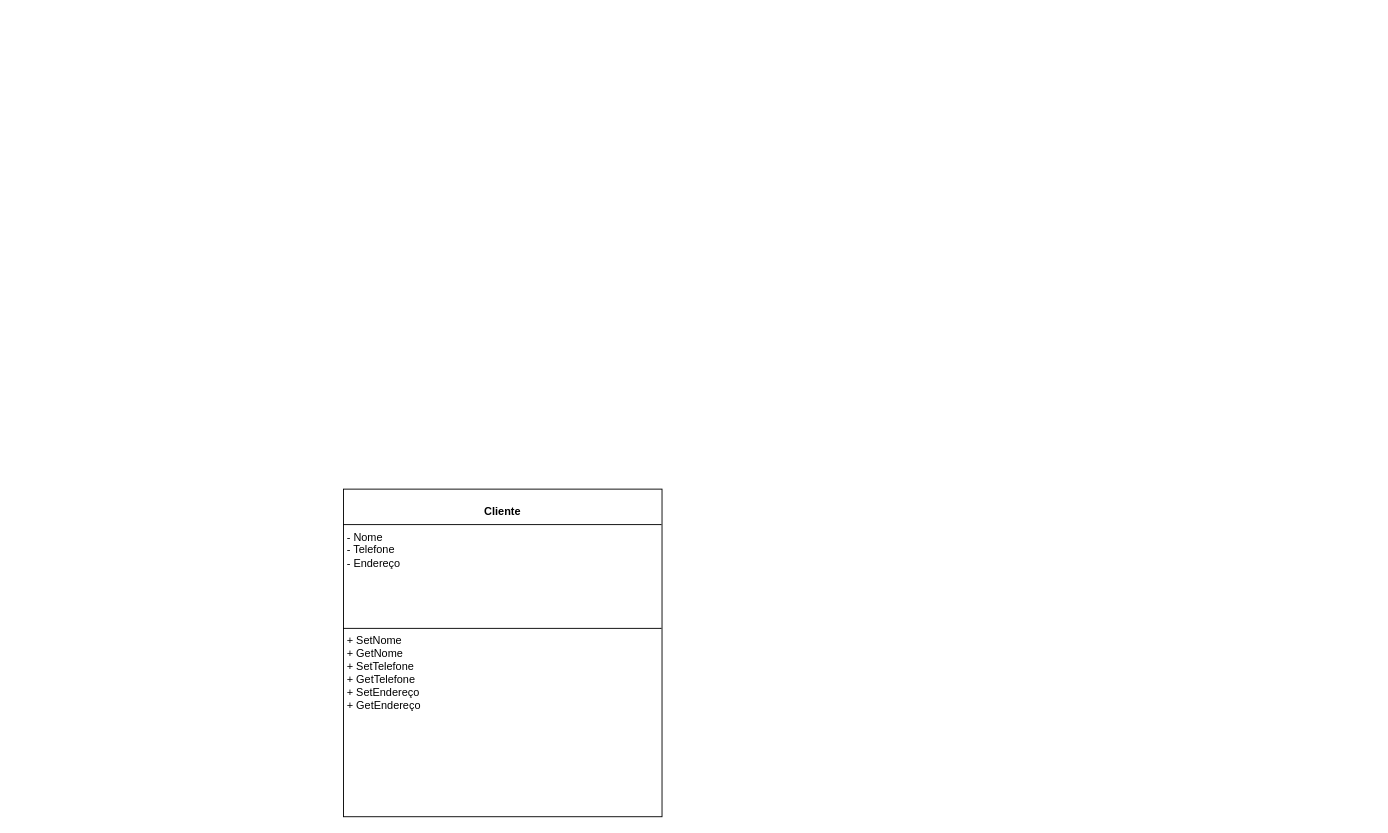
Before: page "Página-1" (1 of 2) of DOC/classes.drawio in rafaelareisilva/avatar.app, a draw.io diagram. Source tidied: cells renumbered, new cells numbered last; positions are measured from the earlier drawing's top-left corner, leaving out a move shared by most shapes. Both pictures are drawn from the tidied source at 91%, with x=0, y=0 at pixel (343, 489).
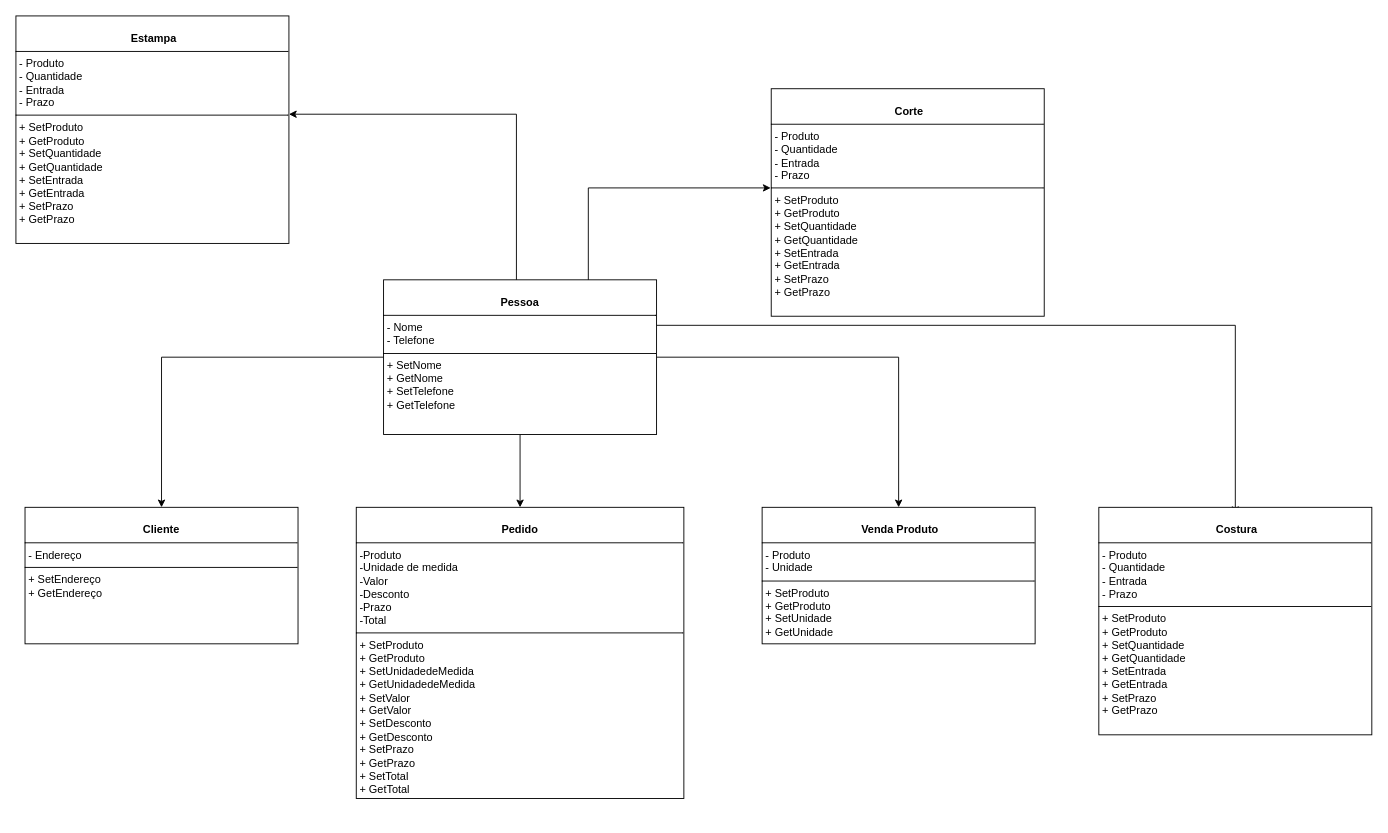
Above is the later version.

Diff of the diagram source:
```diff
@@
-<mxGraphModel>
+<mxGraphModel background="#FFFFFF">
   <root>
     <mxCell id="0" />
     <mxCell id="1" parent="0" />
+    <mxCell id="4" style="edgeStyle=orthogonalEdgeStyle;rounded=0;jettySize=auto;html=1;entryX=0.5;entryY=0;entryDx=0;entryDy=0;" parent="1" edge="1" source="2" target="8">
+      <mxGeometry relative="1" as="geometry" />
+    </mxCell>
+    <mxCell id="5" style="edgeStyle=orthogonalEdgeStyle;rounded=0;jettySize=auto;html=1;" parent="1" edge="1" source="2" target="9">
+      <mxGeometry relative="1" as="geometry" />
+    </mxCell>
+    <mxCell id="6" style="edgeStyle=orthogonalEdgeStyle;rounded=0;jettySize=auto;html=1;entryX=0.5;entryY=0;entryDx=0;entryDy=0;" parent="1" edge="1" source="2" target="10">
+      <mxGeometry relative="1" as="geometry" />
+    </mxCell>
+    <mxCell id="7" style="edgeStyle=orthogonalEdgeStyle;rounded=0;orthogonalLoop=1;jettySize=auto;html=1;exitX=1;exitY=0.25;exitDx=0;exitDy=0;entryX=0.5;entryY=0;entryDx=0;entryDy=0;" parent="1" edge="1">
+      <mxGeometry relative="1" as="geometry">
+        <mxPoint x="344" y="-180" as="sourcePoint" />
+        <mxPoint x="980" y="27.5" as="targetPoint" />
+        <Array as="points">
+          <mxPoint x="980" y="-180.5" />
+        </Array>
+      </mxGeometry>
+    </mxCell>
-    <mxCell id="2" value="&lt;p style=&quot;margin:0px;margin-top:4px;text-align:center;&quot;&gt;&lt;br&gt;&lt;b&gt;Cliente&lt;/b&gt;&lt;/p&gt;&lt;hr size=&quot;1&quot; style=&quot;border-style:solid;&quot;&gt;&lt;p style=&quot;margin:0px;margin-left:4px;&quot;&gt;- Nome&lt;/p&gt;&lt;p style=&quot;margin:0px;margin-left:4px;&quot;&gt;- Telefone&lt;/p&gt;&lt;p style=&quot;margin:0px;margin-left:4px;&quot;&gt;- Endereço&lt;/p&gt;&lt;p style=&quot;margin:0px;margin-left:4px;&quot;&gt;&lt;br&gt;&lt;/p&gt;&lt;p style=&quot;margin:0px;margin-left:4px;&quot;&gt;&lt;br&gt;&lt;/p&gt;&lt;p style=&quot;margin:0px;margin-left:4px;&quot;&gt;&lt;br&gt;&lt;/p&gt;&lt;p style=&quot;margin:0px;margin-left:4px;&quot;&gt;&lt;br&gt;&lt;/p&gt;&lt;hr size=&quot;1&quot; style=&quot;border-style:solid;&quot;&gt;&lt;p style=&quot;margin:0px;margin-left:4px;&quot;&gt;+ SetNome&lt;br&gt;+ GetNome&lt;/p&gt;&lt;p style=&quot;margin:0px;margin-left:4px;&quot;&gt;+ SetTelefone&lt;/p&gt;&lt;p style=&quot;margin:0px;margin-left:4px;&quot;&gt;+ GetTelefone&lt;/p&gt;&lt;p style=&quot;margin:0px;margin-left:4px;&quot;&gt;+ SetEndereço&lt;/p&gt;&lt;p style=&quot;margin:0px;margin-left:4px;&quot;&gt;+ GetEndereço&lt;/p&gt;&lt;p style=&quot;margin:0px;margin-left:4px;&quot;&gt;&lt;br&gt;&lt;/p&gt;&lt;p style=&quot;margin:0px;margin-left:4px;&quot;&gt;&lt;br&gt;&lt;/p&gt;&lt;p style=&quot;margin:0px;margin-left:4px;&quot;&gt;&lt;br&gt;&lt;/p&gt;&lt;p style=&quot;margin:0px;margin-left:4px;&quot;&gt;&lt;br&gt;&lt;/p&gt;&lt;p style=&quot;margin:0px;margin-left:4px;&quot;&gt;&lt;br&gt;&lt;/p&gt;&lt;p style=&quot;margin:0px;margin-left:4px;&quot;&gt;&lt;br&gt;&lt;/p&gt;&lt;p style=&quot;margin:0px;margin-left:4px;&quot;&gt;&lt;br&gt;&lt;/p&gt;&lt;p style=&quot;margin:0px;margin-left:4px;&quot;&gt;&lt;br&gt;&lt;/p&gt;" style="verticalAlign=top;align=left;overflow=fill;html=1;whiteSpace=wrap;" parent="1" vertex="1">
-      <mxGeometry width="350" height="360" as="geometry" />
+    <mxCell id="2" value="&lt;p style=&quot;margin:0px;margin-top:4px;text-align:center;&quot;&gt;&lt;br&gt;&lt;b&gt;Pessoa&lt;/b&gt;&lt;/p&gt;&lt;hr size=&quot;1&quot; style=&quot;border-style:solid;&quot;&gt;&lt;p style=&quot;margin:0px;margin-left:4px;&quot;&gt;- Nome&lt;/p&gt;&lt;p style=&quot;margin:0px;margin-left:4px;&quot;&gt;- Telefone&lt;/p&gt;&lt;hr size=&quot;1&quot; style=&quot;border-style:solid;&quot;&gt;&lt;p style=&quot;margin:0px;margin-left:4px;&quot;&gt;+ SetNome&lt;br&gt;+ GetNome&lt;/p&gt;&lt;p style=&quot;margin:0px;margin-left:4px;&quot;&gt;+ SetTelefone&lt;/p&gt;&lt;p style=&quot;margin:0px;margin-left:4px;&quot;&gt;+ GetTelefone&lt;/p&gt;&lt;p style=&quot;margin:0px;margin-left:4px;&quot;&gt;&lt;br&gt;&lt;/p&gt;&lt;p style=&quot;margin:0px;margin-left:4px;&quot;&gt;&lt;br&gt;&lt;/p&gt;&lt;p style=&quot;margin:0px;margin-left:4px;&quot;&gt;&lt;br&gt;&lt;/p&gt;&lt;p style=&quot;margin:0px;margin-left:4px;&quot;&gt;&lt;br&gt;&lt;/p&gt;&lt;p style=&quot;margin:0px;margin-left:4px;&quot;&gt;&lt;br&gt;&lt;/p&gt;&lt;p style=&quot;margin:0px;margin-left:4px;&quot;&gt;&lt;br&gt;&lt;/p&gt;&lt;p style=&quot;margin:0px;margin-left:4px;&quot;&gt;&lt;br&gt;&lt;/p&gt;&lt;p style=&quot;margin:0px;margin-left:4px;&quot;&gt;&lt;br&gt;&lt;/p&gt;" style="verticalAlign=top;align=left;overflow=fill;html=1;whiteSpace=wrap;" parent="1" vertex="1">
+      <mxGeometry x="44" y="-230" width="300" height="170" as="geometry" />
     </mxCell>
     <mxCell id="3" style="ellipse;whiteSpace=wrap;html=1;align=center;fillColor=none;strokeColor=none;perimeter=centerPerimeter;" parent="1" vertex="1">
-      <mxGeometry x="415" y="170" width="10" height="10" as="geometry" />
+      <mxGeometry x="269" y="280" width="10" height="10" as="geometry" />
     </mxCell>
+    <mxCell id="8" value="&lt;p style=&quot;margin:0px;margin-top:4px;text-align:center;&quot;&gt;&lt;br&gt;&lt;b&gt;Cliente&lt;/b&gt;&lt;/p&gt;&lt;hr size=&quot;1&quot; style=&quot;border-style:solid;&quot;&gt;&lt;p style=&quot;margin:0px;margin-left:4px;&quot;&gt;- Endereço&lt;/p&gt;&lt;hr size=&quot;1&quot; style=&quot;border-style:solid;&quot;&gt;&lt;p style=&quot;margin:0px;margin-left:4px;&quot;&gt;+ SetEndereço&lt;br&gt;+ GetEndereço&lt;/p&gt;&lt;p style=&quot;margin:0px;margin-left:4px;&quot;&gt;&lt;br&gt;&lt;/p&gt;&lt;p style=&quot;margin:0px;margin-left:4px;&quot;&gt;&lt;br&gt;&lt;/p&gt;&lt;p style=&quot;margin:0px;margin-left:4px;&quot;&gt;&lt;br&gt;&lt;/p&gt;&lt;p style=&quot;margin:0px;margin-left:4px;&quot;&gt;&lt;br&gt;&lt;/p&gt;&lt;p style=&quot;margin:0px;margin-left:4px;&quot;&gt;&lt;br&gt;&lt;/p&gt;&lt;p style=&quot;margin:0px;margin-left:4px;&quot;&gt;&lt;br&gt;&lt;/p&gt;&lt;p style=&quot;margin:0px;margin-left:4px;&quot;&gt;&lt;br&gt;&lt;/p&gt;&lt;p style=&quot;margin:0px;margin-left:4px;&quot;&gt;&lt;br&gt;&lt;/p&gt;" style="verticalAlign=top;align=left;overflow=fill;html=1;whiteSpace=wrap;" parent="1" vertex="1">
+      <mxGeometry x="-350" y="20" width="300" height="150" as="geometry" />
+    </mxCell>
+    <mxCell id="9" value="&lt;p style=&quot;margin:0px;margin-top:4px;text-align:center;&quot;&gt;&lt;br&gt;&lt;b&gt;Pedido&lt;/b&gt;&lt;/p&gt;&lt;hr size=&quot;1&quot; style=&quot;border-style:solid;&quot;&gt;&lt;p style=&quot;margin:0px;margin-left:4px;&quot;&gt;&lt;span style=&quot;background-color: initial;&quot;&gt;-Produto&lt;/span&gt;&lt;br&gt;&lt;/p&gt;&lt;p style=&quot;margin:0px;margin-left:4px;&quot;&gt;-Unidade de medida&lt;/p&gt;&lt;p style=&quot;margin:0px;margin-left:4px;&quot;&gt;-Valor&lt;/p&gt;&lt;p style=&quot;margin:0px;margin-left:4px;&quot;&gt;-Desconto&lt;/p&gt;&lt;p style=&quot;margin:0px;margin-left:4px;&quot;&gt;-Prazo&lt;/p&gt;&lt;p style=&quot;margin:0px;margin-left:4px;&quot;&gt;-Total&lt;/p&gt;&lt;hr size=&quot;1&quot; style=&quot;border-style:solid;&quot;&gt;&lt;p style=&quot;margin:0px;margin-left:4px;&quot;&gt;&lt;font style=&quot;background-color: initial; vertical-align: inherit;&quot;&gt;+&amp;nbsp;&lt;/font&gt;&lt;span style=&quot;background-color: initial;&quot;&gt;SetProduto&lt;/span&gt;&lt;br&gt;&lt;/p&gt;&lt;p style=&quot;margin:0px;margin-left:4px;&quot;&gt;&lt;span style=&quot;background-color: initial;&quot;&gt;+ GetProduto&lt;/span&gt;&lt;/p&gt;&lt;p style=&quot;margin:0px;margin-left:4px;&quot;&gt;+ SetUnidadedeMedida&lt;/p&gt;&lt;p style=&quot;margin:0px;margin-left:4px;&quot;&gt;+ G&lt;span style=&quot;background-color: initial;&quot;&gt;etUnidadedeMedida&lt;/span&gt;&lt;/p&gt;&lt;p style=&quot;margin:0px;margin-left:4px;&quot;&gt;&lt;span style=&quot;background-color: initial;&quot;&gt;+ SetValor&lt;/span&gt;&lt;/p&gt;&lt;p style=&quot;margin:0px;margin-left:4px;&quot;&gt;&lt;span style=&quot;background-color: initial;&quot;&gt;+ GetValor&lt;/span&gt;&lt;/p&gt;&lt;p style=&quot;margin:0px;margin-left:4px;&quot;&gt;&lt;span style=&quot;background-color: initial;&quot;&gt;+ SetDesconto&lt;/span&gt;&lt;/p&gt;&lt;p style=&quot;margin:0px;margin-left:4px;&quot;&gt;&lt;span style=&quot;background-color: initial;&quot;&gt;+ GetDesconto&lt;/span&gt;&lt;/p&gt;&lt;p style=&quot;margin:0px;margin-left:4px;&quot;&gt;&lt;span style=&quot;background-color: initial;&quot;&gt;+ SetPrazo&lt;/span&gt;&lt;/p&gt;&lt;p style=&quot;margin:0px;margin-left:4px;&quot;&gt;&lt;span style=&quot;background-color: initial;&quot;&gt;+ GetPrazo&lt;/span&gt;&lt;/p&gt;&lt;p style=&quot;margin:0px;margin-left:4px;&quot;&gt;&lt;span style=&quot;background-color: initial;&quot;&gt;+ SetTotal&lt;/span&gt;&lt;/p&gt;&lt;p style=&quot;margin:0px;margin-left:4px;&quot;&gt;&lt;span style=&quot;background-color: initial;&quot;&gt;+ GetTotal&lt;/span&gt;&lt;/p&gt;&lt;p style=&quot;margin:0px;margin-left:4px;&quot;&gt;&lt;span style=&quot;background-color: initial;&quot;&gt;&lt;br&gt;&lt;/span&gt;&lt;/p&gt;&lt;p style=&quot;margin:0px;margin-left:4px;&quot;&gt;&lt;br&gt;&lt;/p&gt;&lt;p style=&quot;margin:0px;margin-left:4px;&quot;&gt;&lt;br&gt;&lt;/p&gt;&lt;p style=&quot;margin:0px;margin-left:4px;&quot;&gt;&lt;br&gt;&lt;/p&gt;&lt;p style=&quot;margin:0px;margin-left:4px;&quot;&gt;&lt;br&gt;&lt;/p&gt;&lt;p style=&quot;margin:0px;margin-left:4px;&quot;&gt;&lt;br&gt;&lt;/p&gt;&lt;p style=&quot;margin:0px;margin-left:4px;&quot;&gt;&lt;br&gt;&lt;/p&gt;&lt;p style=&quot;margin:0px;margin-left:4px;&quot;&gt;&lt;br&gt;&lt;/p&gt;&lt;p style=&quot;margin:0px;margin-left:4px;&quot;&gt;&lt;br&gt;&lt;/p&gt;" style="verticalAlign=top;align=left;overflow=fill;html=1;whiteSpace=wrap;" parent="1" vertex="1">
+      <mxGeometry x="14" y="20" width="360" height="320" as="geometry" />
+    </mxCell>
+    <mxCell id="10" value="&lt;p style=&quot;margin:0px;margin-top:4px;text-align:center;&quot;&gt;&lt;br&gt;&lt;b&gt;&amp;nbsp;Venda Produto&lt;/b&gt;&lt;/p&gt;&lt;hr size=&quot;1&quot; style=&quot;border-style:solid;&quot;&gt;&lt;p style=&quot;margin:0px;margin-left:4px;&quot;&gt;- Produto&lt;/p&gt;&lt;p style=&quot;margin:0px;margin-left:4px;&quot;&gt;- Unidade&lt;/p&gt;&lt;hr size=&quot;1&quot; style=&quot;border-style:solid;&quot;&gt;&lt;p style=&quot;margin:0px;margin-left:4px;&quot;&gt;+ SetProduto&lt;br&gt;+ GetProduto&lt;/p&gt;&lt;p style=&quot;margin:0px;margin-left:4px;&quot;&gt;+ SetUnidade&lt;/p&gt;&lt;p style=&quot;margin:0px;margin-left:4px;&quot;&gt;+ GetUnidade&lt;/p&gt;&lt;p style=&quot;margin:0px;margin-left:4px;&quot;&gt;&lt;br&gt;&lt;/p&gt;&lt;p style=&quot;margin:0px;margin-left:4px;&quot;&gt;&lt;br&gt;&lt;/p&gt;&lt;p style=&quot;margin:0px;margin-left:4px;&quot;&gt;&lt;br&gt;&lt;/p&gt;&lt;p style=&quot;margin:0px;margin-left:4px;&quot;&gt;&lt;br&gt;&lt;/p&gt;&lt;p style=&quot;margin:0px;margin-left:4px;&quot;&gt;&lt;br&gt;&lt;/p&gt;&lt;p style=&quot;margin:0px;margin-left:4px;&quot;&gt;&lt;br&gt;&lt;/p&gt;&lt;p style=&quot;margin:0px;margin-left:4px;&quot;&gt;&lt;br&gt;&lt;/p&gt;&lt;p style=&quot;margin:0px;margin-left:4px;&quot;&gt;&lt;br&gt;&lt;/p&gt;" style="verticalAlign=top;align=left;overflow=fill;html=1;whiteSpace=wrap;" parent="1" vertex="1">
+      <mxGeometry x="460" y="20" width="300" height="150" as="geometry" />
+    </mxCell>
+    <mxCell id="11" value="&lt;p style=&quot;margin:0px;margin-top:4px;text-align:center;&quot;&gt;&lt;br&gt;&lt;b&gt;&amp;nbsp;Costura&lt;/b&gt;&lt;/p&gt;&lt;hr size=&quot;1&quot; style=&quot;border-style:solid;&quot;&gt;&lt;p style=&quot;margin:0px;margin-left:4px;&quot;&gt;- Produto&lt;/p&gt;&lt;p style=&quot;margin:0px;margin-left:4px;&quot;&gt;- Quantidade&lt;/p&gt;&lt;p style=&quot;margin:0px;margin-left:4px;&quot;&gt;- Entrada&lt;/p&gt;&lt;p style=&quot;margin:0px;margin-left:4px;&quot;&gt;- Prazo&lt;/p&gt;&lt;hr size=&quot;1&quot; style=&quot;border-style:solid;&quot;&gt;&lt;p style=&quot;margin:0px;margin-left:4px;&quot;&gt;+ SetProduto&lt;br&gt;+ GetProduto&lt;/p&gt;&lt;p style=&quot;margin:0px;margin-left:4px;&quot;&gt;+ SetQuantidade&lt;/p&gt;&lt;p style=&quot;margin:0px;margin-left:4px;&quot;&gt;+ GetQuantidade&lt;/p&gt;&lt;p style=&quot;margin: 0px 0px 0px 4px;&quot;&gt;+ SetEntrada&lt;br&gt;+ GetEntrada&lt;/p&gt;&lt;p style=&quot;margin: 0px 0px 0px 4px;&quot;&gt;+ SetPrazo&lt;/p&gt;&lt;p style=&quot;margin: 0px 0px 0px 4px;&quot;&gt;+ GetPrazo&lt;/p&gt;&lt;p style=&quot;margin:0px;margin-left:4px;&quot;&gt;&lt;/p&gt;&lt;p style=&quot;margin: 0px 0px 0px 4px;&quot;&gt;&lt;br&gt;&lt;/p&gt;&lt;p style=&quot;margin:0px;margin-left:4px;&quot;&gt;&lt;br&gt;&lt;/p&gt;&lt;p style=&quot;margin:0px;margin-left:4px;&quot;&gt;&lt;br&gt;&lt;/p&gt;&lt;p style=&quot;margin:0px;margin-left:4px;&quot;&gt;&lt;br&gt;&lt;/p&gt;&lt;p style=&quot;margin:0px;margin-left:4px;&quot;&gt;&lt;br&gt;&lt;/p&gt;&lt;p style=&quot;margin:0px;margin-left:4px;&quot;&gt;&lt;br&gt;&lt;/p&gt;&lt;p style=&quot;margin:0px;margin-left:4px;&quot;&gt;&lt;br&gt;&lt;/p&gt;&lt;p style=&quot;margin:0px;margin-left:4px;&quot;&gt;&lt;br&gt;&lt;/p&gt;&lt;p style=&quot;margin:0px;margin-left:4px;&quot;&gt;&lt;br&gt;&lt;/p&gt;" style="verticalAlign=top;align=left;overflow=fill;html=1;whiteSpace=wrap;" parent="1" vertex="1">
+      <mxGeometry x="830" y="20" width="300" height="250" as="geometry" />
+    </mxCell>
+    <mxCell id="12" value="&lt;p style=&quot;margin:0px;margin-top:4px;text-align:center;&quot;&gt;&lt;br&gt;&lt;b&gt;&amp;nbsp;Corte&lt;/b&gt;&lt;/p&gt;&lt;hr size=&quot;1&quot; style=&quot;border-style:solid;&quot;&gt;&lt;p style=&quot;margin:0px;margin-left:4px;&quot;&gt;- Produto&lt;/p&gt;&lt;p style=&quot;margin:0px;margin-left:4px;&quot;&gt;- Quantidade&lt;/p&gt;&lt;p style=&quot;margin:0px;margin-left:4px;&quot;&gt;- Entrada&lt;/p&gt;&lt;p style=&quot;margin:0px;margin-left:4px;&quot;&gt;- Prazo&lt;/p&gt;&lt;hr size=&quot;1&quot; style=&quot;border-style:solid;&quot;&gt;&lt;p style=&quot;margin:0px;margin-left:4px;&quot;&gt;+ SetProduto&lt;br&gt;+ GetProduto&lt;/p&gt;&lt;p style=&quot;margin:0px;margin-left:4px;&quot;&gt;+ SetQuantidade&lt;/p&gt;&lt;p style=&quot;margin:0px;margin-left:4px;&quot;&gt;+ GetQuantidade&lt;/p&gt;&lt;p style=&quot;margin: 0px 0px 0px 4px;&quot;&gt;+ SetEntrada&lt;br&gt;+ GetEntrada&lt;/p&gt;&lt;p style=&quot;margin: 0px 0px 0px 4px;&quot;&gt;+ SetPrazo&lt;/p&gt;&lt;p style=&quot;margin: 0px 0px 0px 4px;&quot;&gt;+ GetPrazo&lt;/p&gt;&lt;p style=&quot;margin:0px;margin-left:4px;&quot;&gt;&lt;/p&gt;&lt;p style=&quot;margin: 0px 0px 0px 4px;&quot;&gt;&lt;br&gt;&lt;/p&gt;&lt;p style=&quot;margin:0px;margin-left:4px;&quot;&gt;&lt;br&gt;&lt;/p&gt;&lt;p style=&quot;margin:0px;margin-left:4px;&quot;&gt;&lt;br&gt;&lt;/p&gt;&lt;p style=&quot;margin:0px;margin-left:4px;&quot;&gt;&lt;br&gt;&lt;/p&gt;&lt;p style=&quot;margin:0px;margin-left:4px;&quot;&gt;&lt;br&gt;&lt;/p&gt;&lt;p style=&quot;margin:0px;margin-left:4px;&quot;&gt;&lt;br&gt;&lt;/p&gt;&lt;p style=&quot;margin:0px;margin-left:4px;&quot;&gt;&lt;br&gt;&lt;/p&gt;&lt;p style=&quot;margin:0px;margin-left:4px;&quot;&gt;&lt;br&gt;&lt;/p&gt;&lt;p style=&quot;margin:0px;margin-left:4px;&quot;&gt;&lt;br&gt;&lt;/p&gt;" style="verticalAlign=top;align=left;overflow=fill;html=1;whiteSpace=wrap;" parent="1" vertex="1">
+      <mxGeometry x="470" y="-440" width="300" height="250" as="geometry" />
+    </mxCell>
+    <mxCell id="13" value="&lt;p style=&quot;margin:0px;margin-top:4px;text-align:center;&quot;&gt;&lt;br&gt;&lt;b&gt;&amp;nbsp;Estampa&lt;/b&gt;&lt;/p&gt;&lt;hr size=&quot;1&quot; style=&quot;border-style:solid;&quot;&gt;&lt;p style=&quot;margin:0px;margin-left:4px;&quot;&gt;- Produto&lt;/p&gt;&lt;p style=&quot;margin:0px;margin-left:4px;&quot;&gt;- Quantidade&lt;/p&gt;&lt;p style=&quot;margin:0px;margin-left:4px;&quot;&gt;- Entrada&lt;/p&gt;&lt;p style=&quot;margin:0px;margin-left:4px;&quot;&gt;- Prazo&lt;/p&gt;&lt;hr size=&quot;1&quot; style=&quot;border-style:solid;&quot;&gt;&lt;p style=&quot;margin:0px;margin-left:4px;&quot;&gt;+ SetProduto&lt;br&gt;+ GetProduto&lt;/p&gt;&lt;p style=&quot;margin:0px;margin-left:4px;&quot;&gt;+ SetQuantidade&lt;/p&gt;&lt;p style=&quot;margin:0px;margin-left:4px;&quot;&gt;+ GetQuantidade&lt;/p&gt;&lt;p style=&quot;margin: 0px 0px 0px 4px;&quot;&gt;+ SetEntrada&lt;br&gt;+ GetEntrada&lt;/p&gt;&lt;p style=&quot;margin: 0px 0px 0px 4px;&quot;&gt;+ SetPrazo&lt;/p&gt;&lt;p style=&quot;margin: 0px 0px 0px 4px;&quot;&gt;+ GetPrazo&lt;/p&gt;&lt;p style=&quot;margin:0px;margin-left:4px;&quot;&gt;&lt;/p&gt;&lt;p style=&quot;margin: 0px 0px 0px 4px;&quot;&gt;&lt;br&gt;&lt;/p&gt;&lt;p style=&quot;margin:0px;margin-left:4px;&quot;&gt;&lt;br&gt;&lt;/p&gt;&lt;p style=&quot;margin:0px;margin-left:4px;&quot;&gt;&lt;br&gt;&lt;/p&gt;&lt;p style=&quot;margin:0px;margin-left:4px;&quot;&gt;&lt;br&gt;&lt;/p&gt;&lt;p style=&quot;margin:0px;margin-left:4px;&quot;&gt;&lt;br&gt;&lt;/p&gt;&lt;p style=&quot;margin:0px;margin-left:4px;&quot;&gt;&lt;br&gt;&lt;/p&gt;&lt;p style=&quot;margin:0px;margin-left:4px;&quot;&gt;&lt;br&gt;&lt;/p&gt;&lt;p style=&quot;margin:0px;margin-left:4px;&quot;&gt;&lt;br&gt;&lt;/p&gt;&lt;p style=&quot;margin:0px;margin-left:4px;&quot;&gt;&lt;br&gt;&lt;/p&gt;" style="verticalAlign=top;align=left;overflow=fill;html=1;whiteSpace=wrap;" parent="1" vertex="1">
+      <mxGeometry x="-360" y="-520" width="300" height="250" as="geometry" />
+    </mxCell>
+    <mxCell id="14" style="edgeStyle=orthogonalEdgeStyle;rounded=0;jettySize=auto;html=1;entryX=1;entryY=0.432;entryDx=0;entryDy=0;entryPerimeter=0;" parent="1" edge="1" source="2" target="13">
+      <mxGeometry relative="1" as="geometry">
+        <Array as="points">
+          <mxPoint x="190" y="-412" />
+        </Array>
+      </mxGeometry>
+    </mxCell>
+    <mxCell id="15" style="edgeStyle=orthogonalEdgeStyle;rounded=0;jettySize=auto;html=1;exitX=0.75;exitY=0;exitDx=0;exitDy=0;entryX=-0.002;entryY=0.436;entryDx=0;entryDy=0;entryPerimeter=0;" parent="1" edge="1" source="2" target="12">
+      <mxGeometry relative="1" as="geometry" />
+    </mxCell>
   </root>
 </mxGraphModel>
```
